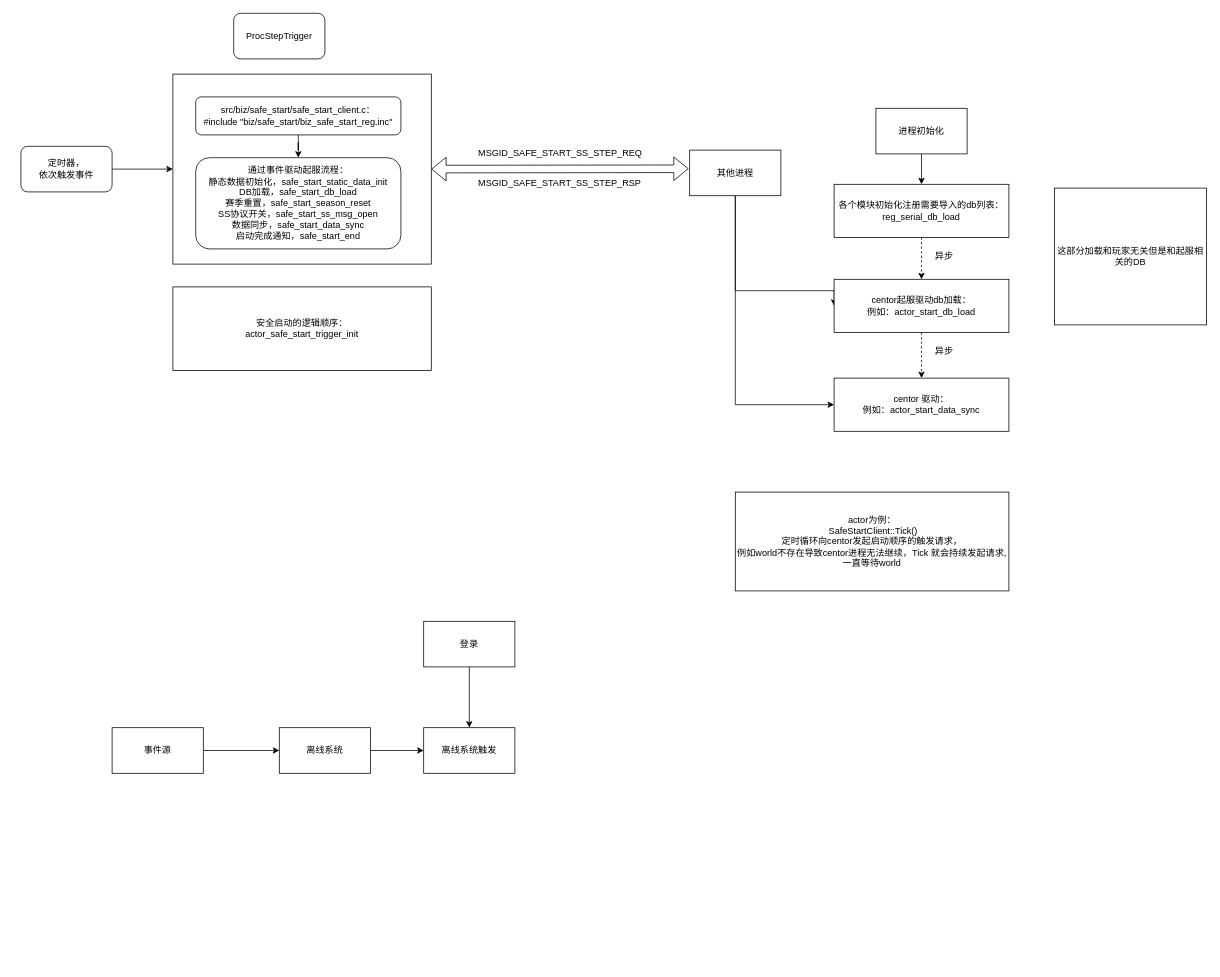
Above: 起服与登录.drawio in junpfeng/UE (draw.io), before the change. Source tidied: cells renumbered, new cells numbered last; positions are measured from the earlier drawing's top-left corner, leaving out a move shared by most shapes. Both pictures are drawn from the tidied source at 76%, with x=0, y=0 at pixel (21, 13).
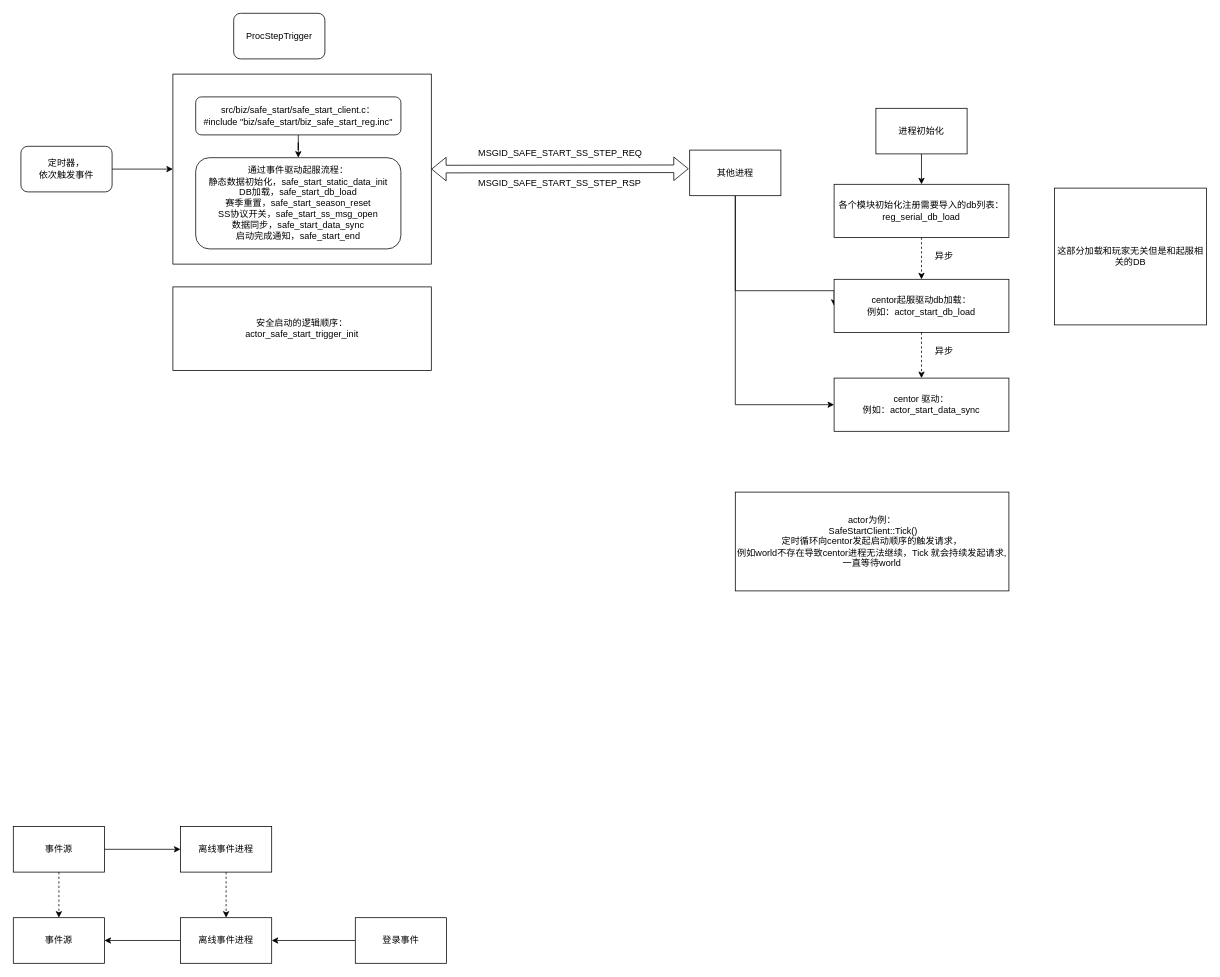
The same diagram, later.

Commit message:
更新起服与登录.drawio

Change to the diagram source:
```diff
@@
+    <mxCell id="34" style="edgeStyle=orthogonalEdgeStyle;rounded=0;jettySize=auto;html=1;dashed=1;" parent="1" edge="1" source="28" target="39">
+      <mxGeometry relative="1" as="geometry" />
+    </mxCell>
+    <mxCell id="28" value="事件源" style="rounded=0;whiteSpace=wrap;html=1;" parent="1" vertex="1">
+      <mxGeometry x="-10" y="1070" width="120" height="60" as="geometry" />
+    </mxCell>
@@
-    <mxCell id="28" value="事件源" style="rounded=0;whiteSpace=wrap;html=1;" parent="1" vertex="1">
-      <mxGeometry x="120" y="940" width="120" height="60" as="geometry" />
-    </mxCell>
-    <mxCell id="29" style="edgeStyle=orthogonalEdgeStyle;rounded=0;jettySize=auto;html=1;" parent="1" edge="1" source="30" target="33">
-      <mxGeometry relative="1" as="geometry" />
-    </mxCell>
+    <mxCell id="35" style="edgeStyle=orthogonalEdgeStyle;rounded=0;jettySize=auto;html=1;dashed=1;" parent="1" edge="1" source="30" target="38">
+      <mxGeometry relative="1" as="geometry" />
+    </mxCell>
-    <mxCell id="30" value="离线系统" style="rounded=0;whiteSpace=wrap;html=1;" parent="1" vertex="1">
-      <mxGeometry x="340" y="940" width="120" height="60" as="geometry" />
+    <mxCell id="30" value="离线事件进程" style="rounded=0;whiteSpace=wrap;html=1;" parent="1" vertex="1">
+      <mxGeometry x="210" y="1070" width="120" height="60" as="geometry" />
     </mxCell>
-    <mxCell id="31" style="edgeStyle=orthogonalEdgeStyle;rounded=0;jettySize=auto;html=1;" parent="1" edge="1" source="32" target="33">
-      <mxGeometry relative="1" as="geometry" />
-    </mxCell>
+    <mxCell id="36" style="edgeStyle=orthogonalEdgeStyle;rounded=0;jettySize=auto;html=1;" parent="1" edge="1" source="32" target="38">
+      <mxGeometry relative="1" as="geometry" />
+    </mxCell>
-    <mxCell id="32" value="登录" style="rounded=0;whiteSpace=wrap;html=1;" parent="1" vertex="1">
-      <mxGeometry x="530" y="800" width="120" height="60" as="geometry" />
+    <mxCell id="32" value="登录事件" style="rounded=0;whiteSpace=wrap;html=1;" parent="1" vertex="1">
+      <mxGeometry x="440" y="1190" width="120" height="60" as="geometry" />
     </mxCell>
-    <mxCell id="33" value="离线系统触发" style="rounded=0;whiteSpace=wrap;html=1;" parent="1" vertex="1">
-      <mxGeometry x="530" y="940" width="120" height="60" as="geometry" />
-    </mxCell>
+    <mxCell id="37" style="edgeStyle=orthogonalEdgeStyle;rounded=0;jettySize=auto;html=1;" parent="1" edge="1" source="38" target="39">
+      <mxGeometry relative="1" as="geometry" />
+    </mxCell>
+    <mxCell id="38" value="离线事件进程" style="rounded=0;whiteSpace=wrap;html=1;" parent="1" vertex="1">
+      <mxGeometry x="210" y="1190" width="120" height="60" as="geometry" />
+    </mxCell>
+    <mxCell id="39" value="事件源" style="rounded=0;whiteSpace=wrap;html=1;" parent="1" vertex="1">
+      <mxGeometry x="-10" y="1190" width="120" height="60" as="geometry" />
+    </mxCell>
```
